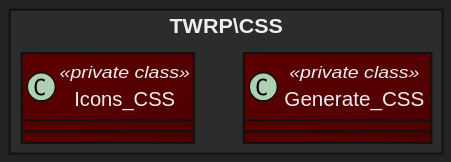
This is puml/CSS.svg from 9brada6/tabs-with-posts, a PlantUML export, as it was before one commit.
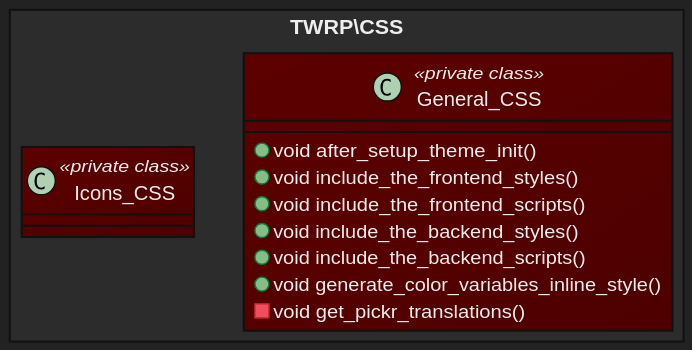
Later version of the same file.

Diff of the diagram source:
```diff
@@ -39,7 +39,15 @@
 
 
 namespace TWRP\\CSS {
-	class Generate_CSS <<private class>> {}
+	class General_CSS <<private class>> {
+		+ void after_setup_theme_init()
+		+ void include_the_frontend_styles()
+		+ void include_the_frontend_scripts()
+		+ void include_the_backend_styles()
+		+ void include_the_backend_scripts()
+		+ void generate_color_variables_inline_style()
+		- void get_pickr_translations()
+	}
 	class Icons_CSS <<private class>> {}
 }
 @enduml
```
